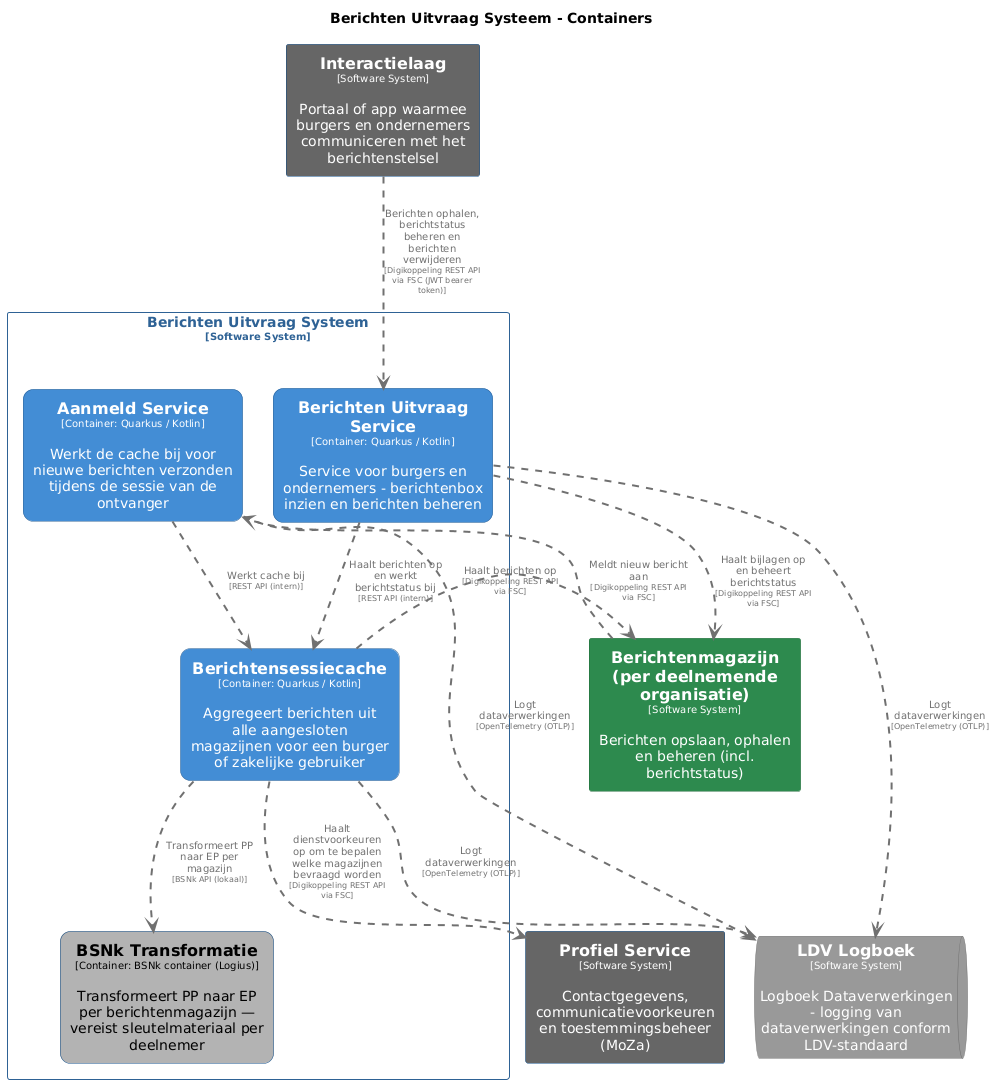
This is pr-preview/pr-22/master/png/BerichtenUitvraagSysteemContainers.png from MinBZK/moza-poc-fbs-berichtenbox, a PlantUML export, as it was before one commit.
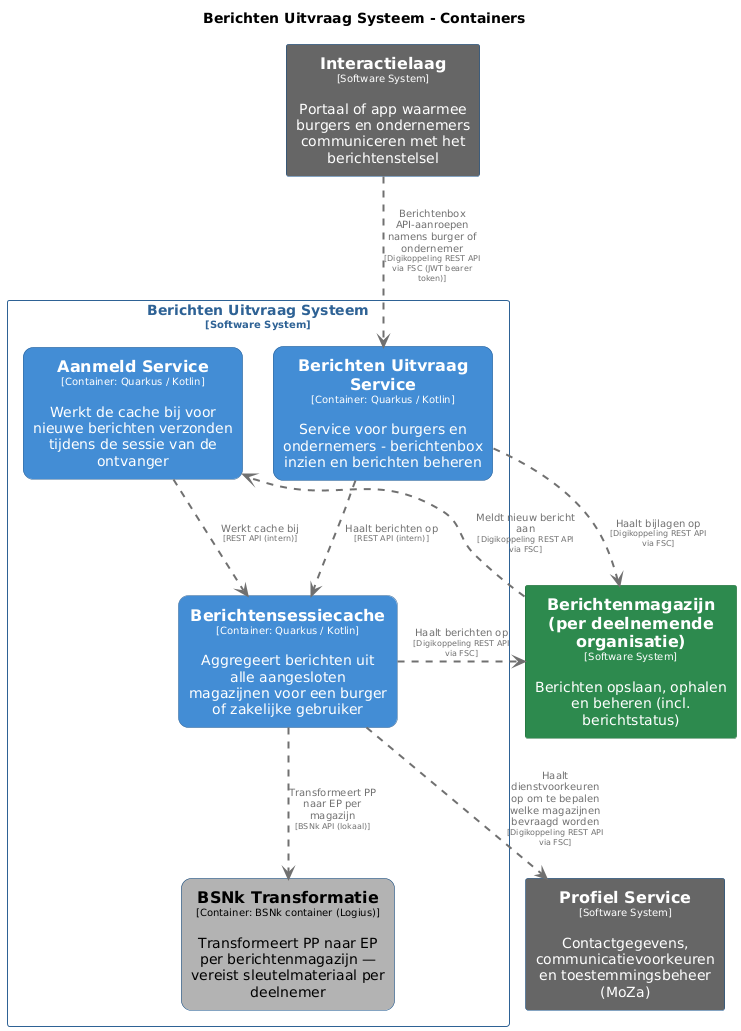
After the change.

Change to the diagram source:
```diff
@@ -55,12 +55,6 @@
   BorderColor #0b4884
   shadowing false
 }
-skinparam queue<<LDVLogboek>> {
-  BackgroundColor #999999
-  FontColor #ffffff
-  BorderColor #6b6b6b
-  shadowing false
-}
 skinparam rectangle<<ProfielService>> {
   BackgroundColor #666666
   FontColor #ffffff
@@ -76,7 +70,6 @@
 rectangle "==Profiel Service\n<size:10>[Software System]</size>\n\nContactgegevens, communicatievoorkeuren en toestemmingsbeheer (MoZa)" <<ProfielService>> as ProfielService
 rectangle "==Interactielaag\n<size:10>[Software System]</size>\n\nPortaal of app waarmee burgers en ondernemers communiceren met het berichtenstelsel" <<Interactielaag>> as Interactielaag
 rectangle "==Berichtenmagazijn (per deelnemende organisatie)\n<size:10>[Software System]</size>\n\nBerichten opslaan, ophalen en beheren (incl. berichtstatus)" <<Berichtenmagazijnperdeelnemendeorganisatie>> as Berichtenmagazijnperdeelnemendeorganisatie
-queue "==LDV Logboek\n<size:10>[Software System]</size>\n\nLogboek Dataverwerkingen - logging van dataverwerkingen conform LDV-standaard" <<LDVLogboek>> as LDVLogboek
 
 rectangle "Berichten Uitvraag Systeem\n<size:10>[Software System]</size>" <<BerichtenUitvraagSysteem>> {
   rectangle "==Berichtensessiecache\n<size:10>[Container: Quarkus / Kotlin]</size>\n\nAggregeert berichten uit alle aangesloten magazijnen voor een burger of zakelijke gebruiker" <<BerichtenUitvraagSysteem.Berichtensessiecache>> as BerichtenUitvraagSysteem.Berichtensessiecache
@@ -85,15 +78,12 @@
   rectangle "==Aanmeld Service\n<size:10>[Container: Quarkus / Kotlin]</size>\n\nWerkt de cache bij voor nieuwe berichten verzonden tijdens de sessie van de ontvanger" <<BerichtenUitvraagSysteem.AanmeldService>> as BerichtenUitvraagSysteem.AanmeldService
 }
 
+Berichtenmagazijnperdeelnemendeorganisatie .[#707070,thickness=2].> BerichtenUitvraagSysteem.AanmeldService : "<color:#707070>Meldt nieuw bericht aan\n<color:#707070><size:8>[Digikoppeling REST API via FSC]</size>"
 BerichtenUitvraagSysteem.Berichtensessiecache .[#707070,thickness=2].> ProfielService : "<color:#707070>Haalt dienstvoorkeuren op om te bepalen welke magazijnen bevraagd worden\n<color:#707070><size:8>[Digikoppeling REST API via FSC]</size>"
 BerichtenUitvraagSysteem.Berichtensessiecache .[#707070,thickness=2].> Berichtenmagazijnperdeelnemendeorganisatie : "<color:#707070>Haalt berichten op\n<color:#707070><size:8>[Digikoppeling REST API via FSC]</size>"
-BerichtenUitvraagSysteem.Berichtensessiecache .[#707070,thickness=2].> LDVLogboek : "<color:#707070>Logt dataverwerkingen\n<color:#707070><size:8>[OpenTelemetry (OTLP)]</size>"
-BerichtenUitvraagSysteem.BerichtenUitvraagService .[#707070,thickness=2].> LDVLogboek : "<color:#707070>Logt dataverwerkingen\n<color:#707070><size:8>[OpenTelemetry (OTLP)]</size>"
-BerichtenUitvraagSysteem.AanmeldService .[#707070,thickness=2].> LDVLogboek : "<color:#707070>Logt dataverwerkingen\n<color:#707070><size:8>[OpenTelemetry (OTLP)]</size>"
 BerichtenUitvraagSysteem.Berichtensessiecache .[#707070,thickness=2].> BerichtenUitvraagSysteem.BSNkTransformatie : "<color:#707070>Transformeert PP naar EP per magazijn\n<color:#707070><size:8>[BSNk API (lokaal)]</size>"
 BerichtenUitvraagSysteem.AanmeldService .[#707070,thickness=2].> BerichtenUitvraagSysteem.Berichtensessiecache : "<color:#707070>Werkt cache bij\n<color:#707070><size:8>[REST API (intern)]</size>"
-BerichtenUitvraagSysteem.BerichtenUitvraagService .[#707070,thickness=2].> BerichtenUitvraagSysteem.Berichtensessiecache : "<color:#707070>Haalt berichten op en werkt berichtstatus bij\n<color:#707070><size:8>[REST API (intern)]</size>"
-Interactielaag .[#707070,thickness=2].> BerichtenUitvraagSysteem.BerichtenUitvraagService : "<color:#707070>Berichten ophalen, berichtstatus beheren en berichten verwijderen\n<color:#707070><size:8>[Digikoppeling REST API via FSC (JWT bearer token)]</size>"
-BerichtenUitvraagSysteem.BerichtenUitvraagService .[#707070,thickness=2].> Berichtenmagazijnperdeelnemendeorganisatie : "<color:#707070>Haalt bijlagen op en beheert berichtstatus\n<color:#707070><size:8>[Digikoppeling REST API via FSC]</size>"
-Berichtenmagazijnperdeelnemendeorganisatie .[#707070,thickness=2].> BerichtenUitvraagSysteem.AanmeldService : "<color:#707070>Meldt nieuw bericht aan\n<color:#707070><size:8>[Digikoppeling REST API via FSC]</size>"
+BerichtenUitvraagSysteem.BerichtenUitvraagService .[#707070,thickness=2].> BerichtenUitvraagSysteem.Berichtensessiecache : "<color:#707070>Haalt berichten op\n<color:#707070><size:8>[REST API (intern)]</size>"
+Interactielaag .[#707070,thickness=2].> BerichtenUitvraagSysteem.BerichtenUitvraagService : "<color:#707070>Berichtenbox API-aanroepen namens burger of ondernemer\n<color:#707070><size:8>[Digikoppeling REST API via FSC (JWT bearer token)]</size>"
+BerichtenUitvraagSysteem.BerichtenUitvraagService .[#707070,thickness=2].> Berichtenmagazijnperdeelnemendeorganisatie : "<color:#707070>Haalt bijlagen op\n<color:#707070><size:8>[Digikoppeling REST API via FSC]</size>"
 @enduml
```
